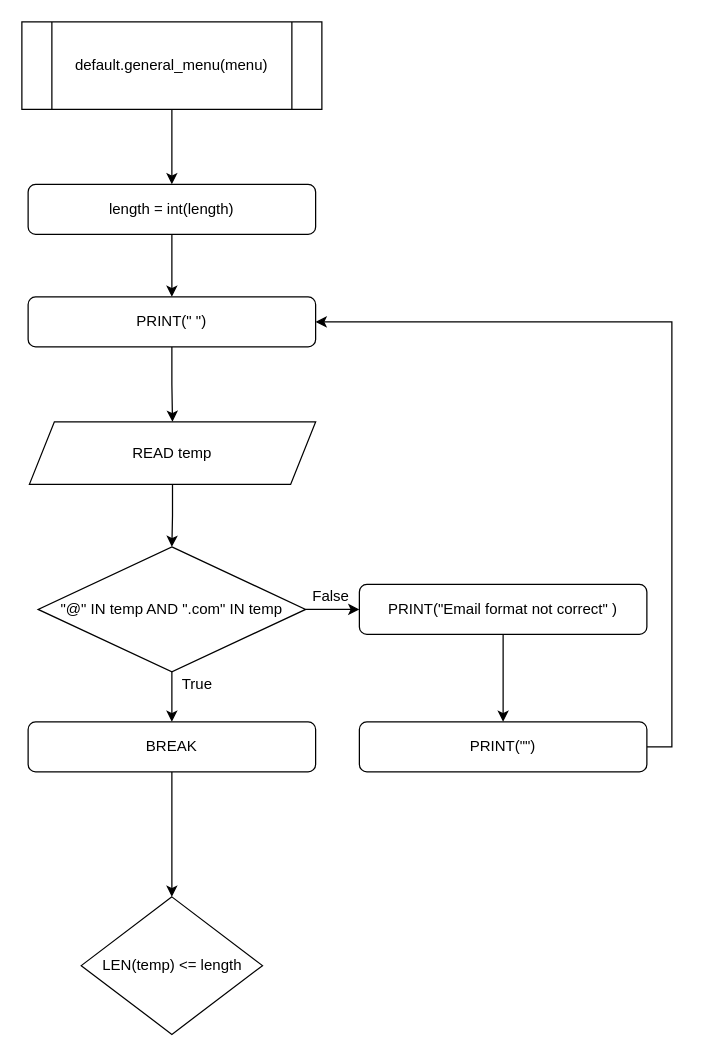
Earlier version of the draw.io diagram Flowchart/default/validation_number.drawio (RabbitBear00/Car-Rental-System). Source tidied: cells renumbered, new cells numbered last; positions are measured from the earlier drawing's top-left corner, leaving out a move shared by most shapes. Both pictures are drawn from the tidied source at 125%, with x=0, y=0 at pixel (21, 21).
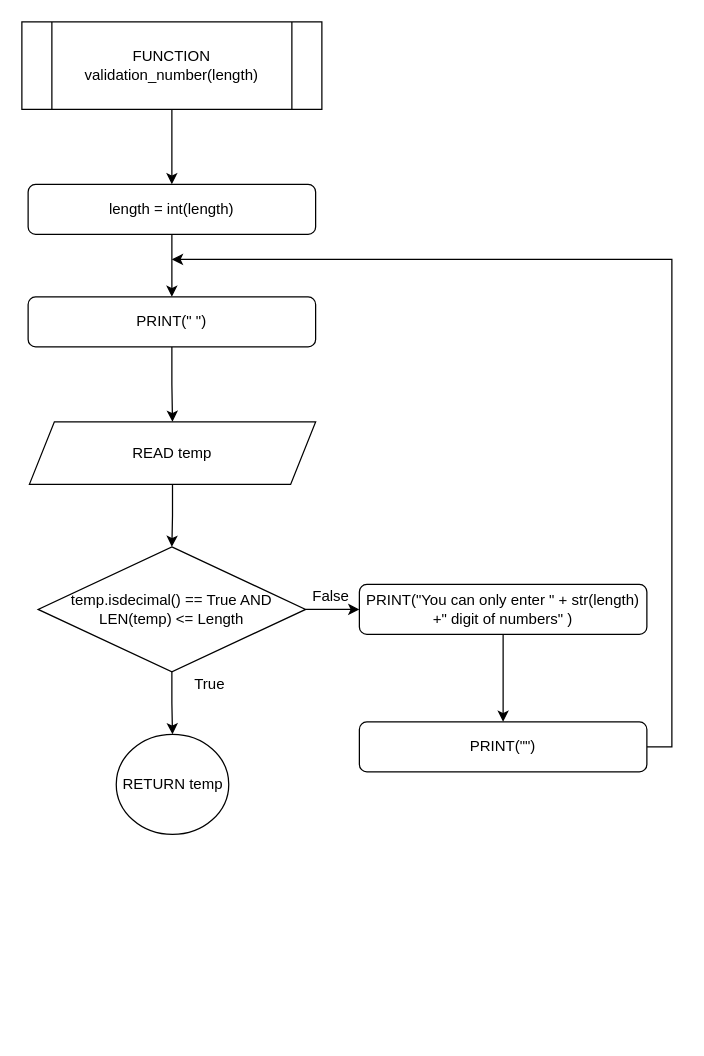
The same page after the edit.

Unchanged cells that the change refers to:
```xml
<mxCell id="7" value="PRINT(&quot; &quot;)" style="rounded=1;whiteSpace=wrap;html=1;" parent="1" vertex="1">
  <mxGeometry x="5" y="220" width="230" height="40" as="geometry" />
</mxCell>
<mxCell id="18" value="PRINT(&quot;&quot;)" style="rounded=1;whiteSpace=wrap;html=1;" parent="1" vertex="1">
  <mxGeometry x="270" y="560" width="230" height="40" as="geometry" />
</mxCell>
```

What changed in the source:
```diff
@@
-    <mxCell id="3" value="default.general_menu(menu)" style="shape=process;whiteSpace=wrap;html=1;backgroundOutline=1;" parent="1" vertex="1">
+    <mxCell id="3" value="FUNCTION validation_number(length)" style="shape=process;whiteSpace=wrap;html=1;backgroundOutline=1;" parent="1" vertex="1">
       <mxGeometry width="240" height="70" as="geometry" />
     </mxCell>
@@
-    <mxCell id="10" style="edgeStyle=orthogonalEdgeStyle;rounded=0;jettySize=auto;html=1;" parent="1" edge="1" source="12" target="14">
-      <mxGeometry relative="1" as="geometry" />
-    </mxCell>
@@
+    <mxCell id="22" style="edgeStyle=orthogonalEdgeStyle;rounded=0;jettySize=auto;html=1;entryX=0.5;entryY=0;entryDx=0;entryDy=0;" parent="1" edge="1" source="12" target="23">
+      <mxGeometry relative="1" as="geometry" />
+    </mxCell>
-    <mxCell id="12" value="&quot;@&quot; IN temp AND &quot;.com&quot; IN temp" style="rhombus;whiteSpace=wrap;html=1;" parent="1" vertex="1">
+    <mxCell id="12" value="temp.isdecimal() == True AND LEN(temp) &amp;lt;= Length" style="rhombus;whiteSpace=wrap;html=1;" parent="1" vertex="1">
       <mxGeometry x="13" y="420" width="214" height="100" as="geometry" />
     </mxCell>
-    <mxCell id="13" style="edgeStyle=orthogonalEdgeStyle;rounded=0;jettySize=auto;html=1;entryX=0.5;entryY=0;entryDx=0;entryDy=0;" parent="1" edge="1" source="14" target="21">
-      <mxGeometry relative="1" as="geometry" />
-    </mxCell>
-    <mxCell id="14" value="BREAK" style="rounded=1;whiteSpace=wrap;html=1;" parent="1" vertex="1">
-      <mxGeometry x="5" y="560" width="230" height="40" as="geometry" />
-    </mxCell>
@@
-    <mxCell id="16" value="PRINT(&quot;Email format not correct&quot; )" style="rounded=1;whiteSpace=wrap;html=1;" parent="1" vertex="1">
+    <mxCell id="16" value="PRINT(&quot;You can only enter &quot; + str(length) +&quot; digit of numbers&quot; )" style="rounded=1;whiteSpace=wrap;html=1;" parent="1" vertex="1">
       <mxGeometry x="270" y="450" width="230" height="40" as="geometry" />
     </mxCell>
-    <mxCell id="17" style="edgeStyle=orthogonalEdgeStyle;rounded=0;jettySize=auto;html=1;entryX=1;entryY=0.5;entryDx=0;entryDy=0;" parent="1" edge="1" source="18" target="7">
+    <mxCell id="17" style="edgeStyle=orthogonalEdgeStyle;rounded=0;jettySize=auto;html=1;" parent="1" edge="1" source="18">
       <mxGeometry relative="1" as="geometry">
+        <mxPoint x="120" y="190" as="targetPoint" />
         <Array as="points">
           <mxPoint x="520" y="580" />
-          <mxPoint x="520" y="240" />
+          <mxPoint x="520" y="190" />
         </Array>
       </mxGeometry>
     </mxCell>
@@
     <mxCell id="20" value="True" style="text;html=1;align=center;verticalAlign=middle;strokeColor=none;" parent="1" vertex="1">
-      <mxGeometry x="120" y="520" width="40" height="20" as="geometry" />
+      <mxGeometry x="130" y="520" width="40" height="20" as="geometry" />
     </mxCell>
-    <mxCell id="21" value="LEN(temp) &lt;= length" style="rhombus;whiteSpace=wrap;html=1;" parent="1" vertex="1">
-      <mxGeometry x="47.5" y="700" width="145" height="110" as="geometry" />
-    </mxCell>
+    <mxCell id="23" value="RETURN temp" style="ellipse;whiteSpace=wrap;html=1;" parent="1" vertex="1">
+      <mxGeometry x="75.5" y="570" width="90" height="80" as="geometry" />
+    </mxCell>
```
